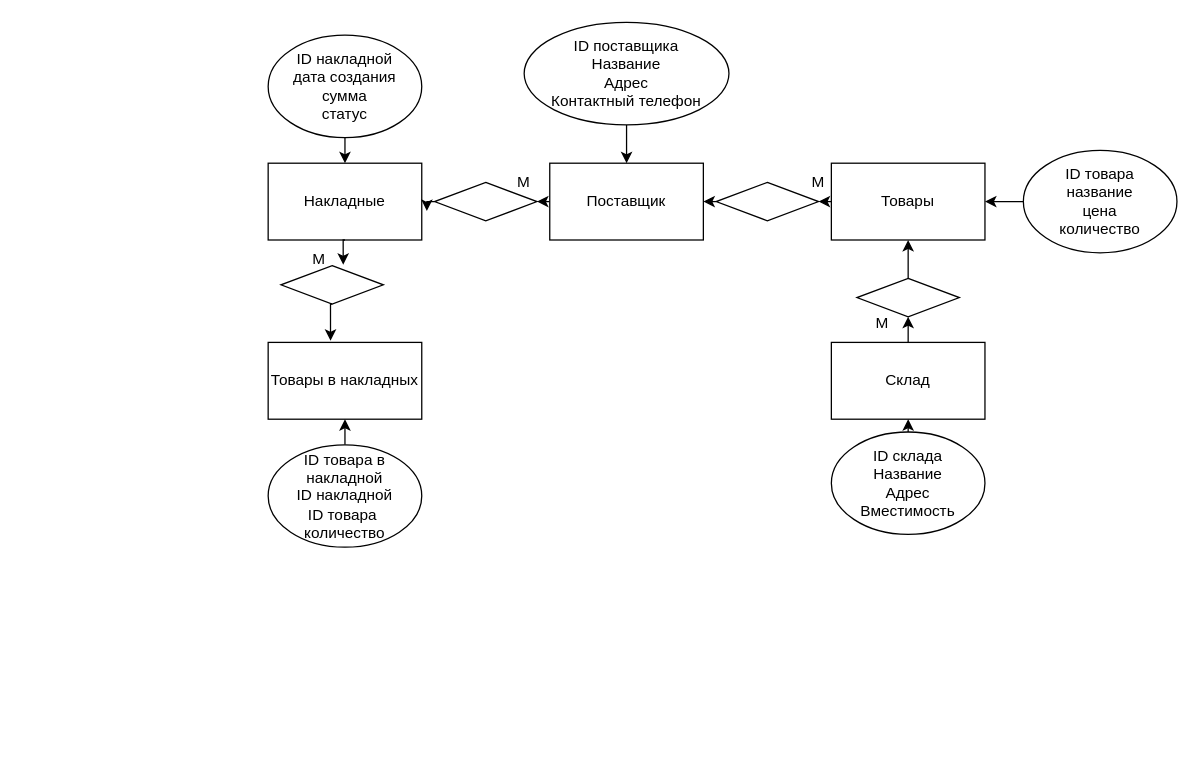
This is Диаграмма без названия.drawio from dulumdomdom/bd2024, a draw.io file, before an edit. Source tidied: cells renumbered, new cells numbered last; positions are measured from the earlier drawing's top-left corner, leaving out a move shared by most shapes. Both pictures are drawn from the tidied source at 128%, with x=0, y=0 at pixel (268, 22).
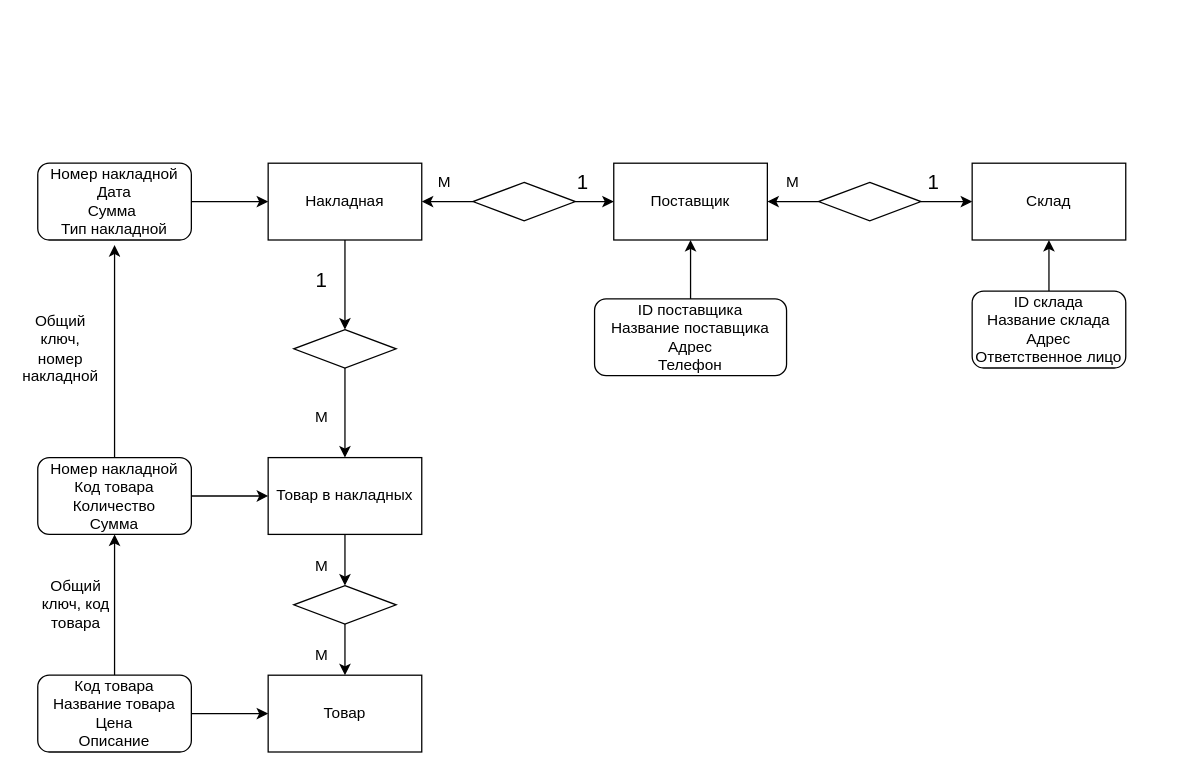
After the change.

Diff of the diagram source:
```diff
@@
-    <mxCell id="2" style="edgeStyle=orthogonalEdgeStyle;rounded=0;jettySize=auto;html=1;exitX=0;exitY=0.5;exitDx=0;exitDy=0;entryX=1;entryY=0.5;entryDx=0;entryDy=0;" parent="1" edge="1" source="3" target="15">
-      <mxGeometry relative="1" as="geometry" />
-    </mxCell>
-    <mxCell id="3" value="Товары" style="rounded=0;whiteSpace=wrap;html=1;" parent="1" vertex="1">
-      <mxGeometry x="440" y="110" width="120" height="60" as="geometry" />
+    <mxCell id="3" value="Товар" style="rounded=0;whiteSpace=wrap;html=1;" parent="1" vertex="1">
+      <mxGeometry y="510" width="120" height="60" as="geometry" />
     </mxCell>
+    <mxCell id="33" style="edgeStyle=orthogonalEdgeStyle;rounded=0;jettySize=auto;html=1;exitX=0.5;exitY=1;exitDx=0;exitDy=0;" parent="1" edge="1" source="4" target="13">
+      <mxGeometry relative="1" as="geometry" />
+    </mxCell>
-    <mxCell id="4" value="Накладные" style="rounded=0;whiteSpace=wrap;html=1;" parent="1" vertex="1">
+    <mxCell id="4" value="Накладная" style="rounded=0;whiteSpace=wrap;html=1;" parent="1" vertex="1">
       <mxGeometry y="110" width="120" height="60" as="geometry" />
     </mxCell>
+    <mxCell id="34" style="edgeStyle=orthogonalEdgeStyle;rounded=0;jettySize=auto;html=1;exitX=0.5;exitY=1;exitDx=0;exitDy=0;entryX=0.5;entryY=0;entryDx=0;entryDy=0;" parent="1" edge="1" source="5" target="12">
+      <mxGeometry relative="1" as="geometry" />
+    </mxCell>
-    <mxCell id="5" value="Товары в накладных" style="rounded=0;whiteSpace=wrap;html=1;" parent="1" vertex="1">
-      <mxGeometry y="250" width="120" height="60" as="geometry" />
+    <mxCell id="5" value="Товар в накладных" style="rounded=0;whiteSpace=wrap;html=1;" parent="1" vertex="1">
+      <mxGeometry y="340" width="120" height="60" as="geometry" />
     </mxCell>
-    <mxCell id="6" style="edgeStyle=orthogonalEdgeStyle;rounded=0;jettySize=auto;html=1;exitX=0.5;exitY=0;exitDx=0;exitDy=0;entryX=0.5;entryY=1;entryDx=0;entryDy=0;" parent="1" edge="1" source="7" target="11">
-      <mxGeometry relative="1" as="geometry" />
-    </mxCell>
     <mxCell id="7" value="Склад" style="rounded=0;whiteSpace=wrap;html=1;" parent="1" vertex="1">
-      <mxGeometry x="440" y="250" width="120" height="60" as="geometry" />
+      <mxGeometry x="550" y="110" width="120" height="60" as="geometry" />
     </mxCell>
-    <mxCell id="8" style="edgeStyle=orthogonalEdgeStyle;rounded=0;jettySize=auto;html=1;exitX=0;exitY=0.5;exitDx=0;exitDy=0;entryX=1;entryY=0.5;entryDx=0;entryDy=0;" parent="1" edge="1" source="9" target="13">
-      <mxGeometry relative="1" as="geometry" />
-    </mxCell>
     <mxCell id="9" value="Поставщик" style="rounded=0;whiteSpace=wrap;html=1;" parent="1" vertex="1">
-      <mxGeometry x="220" y="110" width="120" height="60" as="geometry" />
+      <mxGeometry x="270" y="110" width="120" height="60" as="geometry" />
     </mxCell>
-    <mxCell id="10" style="edgeStyle=orthogonalEdgeStyle;rounded=0;jettySize=auto;html=1;exitX=0.5;exitY=0;exitDx=0;exitDy=0;entryX=0.5;entryY=1;entryDx=0;entryDy=0;" parent="1" edge="1" source="11" target="3">
-      <mxGeometry relative="1" as="geometry" />
-    </mxCell>
+    <mxCell id="35" style="edgeStyle=orthogonalEdgeStyle;rounded=0;jettySize=auto;html=1;entryX=0;entryY=0.5;entryDx=0;entryDy=0;" parent="1" edge="1" source="11" target="7">
+      <mxGeometry relative="1" as="geometry" />
+    </mxCell>
+    <mxCell id="36" style="edgeStyle=orthogonalEdgeStyle;rounded=0;jettySize=auto;html=1;entryX=1;entryY=0.5;entryDx=0;entryDy=0;" parent="1" edge="1" source="11" target="9">
+      <mxGeometry relative="1" as="geometry" />
+    </mxCell>
     <mxCell id="11" style="rhombus;whiteSpace=wrap;html=1;" parent="1" vertex="1">
-      <mxGeometry x="460" y="200" width="80" height="30" as="geometry" />
+      <mxGeometry x="430" y="125" width="80" height="30" as="geometry" />
     </mxCell>
+    <mxCell id="37" style="edgeStyle=orthogonalEdgeStyle;rounded=0;jettySize=auto;html=1;exitX=0.5;exitY=1;exitDx=0;exitDy=0;entryX=0.5;entryY=0;entryDx=0;entryDy=0;" parent="1" edge="1" source="12" target="3">
+      <mxGeometry relative="1" as="geometry" />
+    </mxCell>
     <mxCell id="12" style="rhombus;whiteSpace=wrap;html=1;" parent="1" vertex="1">
-      <mxGeometry x="10" y="190" width="80" height="30" as="geometry" />
+      <mxGeometry x="20" y="440" width="80" height="30" as="geometry" />
     </mxCell>
+    <mxCell id="38" style="edgeStyle=orthogonalEdgeStyle;rounded=0;jettySize=auto;html=1;exitX=0.5;exitY=1;exitDx=0;exitDy=0;entryX=0.5;entryY=0;entryDx=0;entryDy=0;" parent="1" edge="1" source="13" target="5">
+      <mxGeometry relative="1" as="geometry" />
+    </mxCell>
     <mxCell id="13" style="rhombus;whiteSpace=wrap;html=1;" parent="1" vertex="1">
-      <mxGeometry x="130" y="125" width="80" height="30" as="geometry" />
+      <mxGeometry x="20" y="240" width="80" height="30" as="geometry" />
     </mxCell>
-    <mxCell id="14" style="edgeStyle=orthogonalEdgeStyle;rounded=0;jettySize=auto;html=1;exitX=0;exitY=0.5;exitDx=0;exitDy=0;entryX=1;entryY=0.5;entryDx=0;entryDy=0;" parent="1" edge="1" source="15" target="9">
+    <mxCell id="14" style="edgeStyle=orthogonalEdgeStyle;rounded=0;jettySize=auto;html=1;" parent="1" edge="1" source="15" target="9">
       <mxGeometry relative="1" as="geometry" />
     </mxCell>
+    <mxCell id="39" style="edgeStyle=orthogonalEdgeStyle;rounded=0;jettySize=auto;html=1;entryX=1;entryY=0.5;entryDx=0;entryDy=0;" parent="1" edge="1" source="15" target="4">
+      <mxGeometry relative="1" as="geometry" />
+    </mxCell>
     <mxCell id="15" style="rhombus;whiteSpace=wrap;html=1;" parent="1" vertex="1">
-      <mxGeometry x="350" y="125" width="80" height="30" as="geometry" />
+      <mxGeometry x="160" y="125" width="80" height="30" as="geometry" />
     </mxCell>
-    <mxCell id="16" style="edgeStyle=orthogonalEdgeStyle;rounded=0;jettySize=auto;html=1;exitX=0.5;exitY=0;exitDx=0;exitDy=0;entryX=0.5;entryY=1;entryDx=0;entryDy=0;" parent="1" edge="1" source="17" target="7">
-      <mxGeometry relative="1" as="geometry" />
-    </mxCell>
-    <mxCell id="17" value="ID склада&lt;br&gt;Название&lt;br&gt;Адрес&lt;br&gt;Вместимость" style="ellipse;whiteSpace=wrap;html=1;" parent="1" vertex="1">
-      <mxGeometry x="440" y="320" width="120" height="80" as="geometry" />
-    </mxCell>
-    <mxCell id="18" style="edgeStyle=orthogonalEdgeStyle;rounded=0;jettySize=auto;html=1;entryX=1;entryY=0.5;entryDx=0;entryDy=0;" parent="1" edge="1" source="19" target="3">
-      <mxGeometry relative="1" as="geometry" />
-    </mxCell>
-    <mxCell id="19" value="ID товара&lt;br&gt;название&lt;br&gt;цена&lt;br&gt;количество" style="ellipse;whiteSpace=wrap;html=1;" parent="1" vertex="1">
-      <mxGeometry x="590" y="100" width="120" height="80" as="geometry" />
-    </mxCell>
-    <mxCell id="20" style="edgeStyle=orthogonalEdgeStyle;rounded=0;jettySize=auto;html=1;exitX=0.5;exitY=1;exitDx=0;exitDy=0;entryX=0.5;entryY=0;entryDx=0;entryDy=0;" parent="1" edge="1" source="21" target="9">
-      <mxGeometry relative="1" as="geometry" />
-    </mxCell>
-    <mxCell id="21" value="ID поставщика&lt;br&gt;Название&lt;br&gt;Адрес&lt;br&gt;Контактный телефон" style="ellipse;whiteSpace=wrap;html=1;" parent="1" vertex="1">
-      <mxGeometry x="200" width="160" height="80" as="geometry" />
-    </mxCell>
-    <mxCell id="22" style="edgeStyle=orthogonalEdgeStyle;rounded=0;jettySize=auto;html=1;exitX=0.5;exitY=1;exitDx=0;exitDy=0;entryX=0.5;entryY=0;entryDx=0;entryDy=0;" parent="1" edge="1" source="23" target="4">
-      <mxGeometry relative="1" as="geometry" />
-    </mxCell>
-    <mxCell id="23" value="ID накладной&lt;br&gt;дата создания&lt;br&gt;сумма&lt;br&gt;статус" style="ellipse;whiteSpace=wrap;html=1;" parent="1" vertex="1">
-      <mxGeometry y="10" width="120" height="80" as="geometry" />
-    </mxCell>
-    <mxCell id="24" style="edgeStyle=orthogonalEdgeStyle;rounded=0;jettySize=auto;html=1;exitX=0.5;exitY=0;exitDx=0;exitDy=0;entryX=0.5;entryY=1;entryDx=0;entryDy=0;" parent="1" edge="1" source="25" target="5">
-      <mxGeometry relative="1" as="geometry" />
-    </mxCell>
-    <mxCell id="25" value="ID товара в накладной&lt;br&gt;ID накладной&lt;br&gt;ID товара&amp;nbsp;&lt;br&gt;количество" style="ellipse;whiteSpace=wrap;html=1;" parent="1" vertex="1">
-      <mxGeometry y="330" width="120" height="80" as="geometry" />
-    </mxCell>
-    <mxCell id="26" style="edgeStyle=orthogonalEdgeStyle;rounded=0;jettySize=auto;html=1;exitX=0;exitY=0.5;exitDx=0;exitDy=0;entryX=1.033;entryY=0.622;entryDx=0;entryDy=0;entryPerimeter=0;" parent="1" edge="1" source="13" target="4">
-      <mxGeometry relative="1" as="geometry" />
-    </mxCell>
-    <mxCell id="27" style="edgeStyle=orthogonalEdgeStyle;rounded=0;jettySize=auto;html=1;exitX=0.5;exitY=1;exitDx=0;exitDy=0;entryX=0.608;entryY=-0.022;entryDx=0;entryDy=0;entryPerimeter=0;" parent="1" edge="1" source="4" target="12">
-      <mxGeometry relative="1" as="geometry" />
-    </mxCell>
-    <mxCell id="28" style="edgeStyle=orthogonalEdgeStyle;rounded=0;jettySize=auto;html=1;exitX=0.5;exitY=1;exitDx=0;exitDy=0;entryX=0.406;entryY=-0.022;entryDx=0;entryDy=0;entryPerimeter=0;" parent="1" edge="1" source="12" target="5">
-      <mxGeometry relative="1" as="geometry" />
-    </mxCell>
-    <mxCell id="29" value="М" style="text;html=1;strokeColor=none;fillColor=none;align=center;verticalAlign=middle;whiteSpace=wrap;rounded=0;" parent="1" vertex="1">
-      <mxGeometry x="450" y="220" width="60" height="30" as="geometry" />
-    </mxCell>
     <mxCell id="30" value="М" style="text;html=1;strokeColor=none;fillColor=none;align=center;verticalAlign=middle;whiteSpace=wrap;rounded=0;" parent="1" vertex="1">
-      <mxGeometry x="400" y="110" width="60" height="30" as="geometry" />
+      <mxGeometry x="380" y="110" width="60" height="30" as="geometry" />
     </mxCell>
-    <mxCell id="31" value="М" style="text;html=1;strokeColor=none;fillColor=none;align=center;verticalAlign=middle;whiteSpace=wrap;rounded=0;" parent="1" vertex="1">
-      <mxGeometry x="170" y="110" width="60" height="30" as="geometry" />
-    </mxCell>
-    <mxCell id="32" value="М" style="text;html=1;strokeColor=none;fillColor=none;align=center;verticalAlign=middle;whiteSpace=wrap;rounded=0;" parent="1" vertex="1">
-      <mxGeometry x="10" y="170" width="60" height="30" as="geometry" />
-    </mxCell>
+    <mxCell id="40" style="edgeStyle=orthogonalEdgeStyle;rounded=0;orthogonalLoop=1;jettySize=auto;html=1;exitX=0.5;exitY=1;exitDx=0;exitDy=0;" parent="1" edge="1" source="12" target="12">
+      <mxGeometry relative="1" as="geometry" />
+    </mxCell>
+    <mxCell id="41" value="1" style="text;html=1;align=center;verticalAlign=middle;whiteSpace=wrap;rounded=0;strokeWidth=2;fontSize=16;" parent="1" vertex="1">
+      <mxGeometry x="490" y="110" width="60" height="30" as="geometry" />
+    </mxCell>
+    <mxCell id="42" value="М" style="text;html=1;strokeColor=none;fillColor=none;align=center;verticalAlign=middle;whiteSpace=wrap;rounded=0;" parent="1" vertex="1">
+      <mxGeometry x="108" y="110" width="60" height="30" as="geometry" />
+    </mxCell>
+    <mxCell id="43" value="1" style="text;html=1;align=center;verticalAlign=middle;whiteSpace=wrap;rounded=0;strokeWidth=2;fontSize=16;" parent="1" vertex="1">
+      <mxGeometry x="216" y="110" width="60" height="30" as="geometry" />
+    </mxCell>
+    <mxCell id="44" value="1" style="text;html=1;align=center;verticalAlign=middle;whiteSpace=wrap;rounded=0;strokeWidth=2;fontSize=16;" parent="1" vertex="1">
+      <mxGeometry x="12" y="186" width="60" height="30" as="geometry" />
+    </mxCell>
+    <mxCell id="45" value="М" style="text;html=1;strokeColor=none;fillColor=none;align=center;verticalAlign=middle;whiteSpace=wrap;rounded=0;" parent="1" vertex="1">
+      <mxGeometry x="12" y="294" width="60" height="30" as="geometry" />
+    </mxCell>
+    <mxCell id="46" value="М" style="text;html=1;strokeColor=none;fillColor=none;align=center;verticalAlign=middle;whiteSpace=wrap;rounded=0;" parent="1" vertex="1">
+      <mxGeometry x="12" y="410" width="60" height="30" as="geometry" />
+    </mxCell>
+    <mxCell id="47" value="М" style="text;html=1;strokeColor=none;fillColor=none;align=center;verticalAlign=middle;whiteSpace=wrap;rounded=0;" parent="1" vertex="1">
+      <mxGeometry x="12" y="480" width="60" height="30" as="geometry" />
+    </mxCell>
+    <mxCell id="48" style="edgeStyle=orthogonalEdgeStyle;rounded=0;jettySize=auto;html=1;entryX=0.5;entryY=1;entryDx=0;entryDy=0;" parent="1" edge="1" source="49" target="7">
+      <mxGeometry relative="1" as="geometry" />
+    </mxCell>
+    <mxCell id="49" value="ID склада&lt;br&gt;Название склада&lt;br&gt;Адрес&lt;br&gt;Ответственное лицо" style="rounded=1;whiteSpace=wrap;html=1;" parent="1" vertex="1">
+      <mxGeometry x="550" y="210" width="120" height="60" as="geometry" />
+    </mxCell>
+    <mxCell id="50" style="edgeStyle=orthogonalEdgeStyle;rounded=0;jettySize=auto;html=1;entryX=0.5;entryY=1;entryDx=0;entryDy=0;" parent="1" edge="1" source="51" target="9">
+      <mxGeometry relative="1" as="geometry" />
+    </mxCell>
+    <mxCell id="51" value="ID поставщика&lt;br&gt;Название поставщика&lt;br&gt;Адрес&lt;br&gt;Телефон" style="rounded=1;whiteSpace=wrap;html=1;" parent="1" vertex="1">
+      <mxGeometry x="255" y="216" width="150" height="60" as="geometry" />
+    </mxCell>
+    <mxCell id="52" style="edgeStyle=orthogonalEdgeStyle;rounded=0;jettySize=auto;html=1;entryX=0;entryY=0.5;entryDx=0;entryDy=0;" parent="1" edge="1" source="54" target="5">
+      <mxGeometry relative="1" as="geometry" />
+    </mxCell>
+    <mxCell id="53" style="edgeStyle=orthogonalEdgeStyle;rounded=0;jettySize=auto;html=1;" parent="1" edge="1" source="54">
+      <mxGeometry relative="1" as="geometry">
+        <mxPoint x="-120" y="174" as="targetPoint" />
+      </mxGeometry>
+    </mxCell>
+    <mxCell id="54" value="Номер накладной&lt;br&gt;Код товара&lt;br&gt;Количество&lt;br&gt;Сумма" style="rounded=1;whiteSpace=wrap;html=1;" parent="1" vertex="1">
+      <mxGeometry x="-180" y="340" width="120" height="60" as="geometry" />
+    </mxCell>
+    <mxCell id="55" style="edgeStyle=orthogonalEdgeStyle;rounded=0;jettySize=auto;html=1;" parent="1" edge="1" source="56" target="4">
+      <mxGeometry relative="1" as="geometry" />
+    </mxCell>
+    <mxCell id="56" value="Номер накладной&lt;br&gt;Дата&lt;br&gt;Сумма&amp;nbsp;&lt;br&gt;Тип накладной" style="rounded=1;whiteSpace=wrap;html=1;" parent="1" vertex="1">
+      <mxGeometry x="-180" y="110" width="120" height="60" as="geometry" />
+    </mxCell>
+    <mxCell id="57" style="edgeStyle=orthogonalEdgeStyle;rounded=0;jettySize=auto;html=1;entryX=0;entryY=0.5;entryDx=0;entryDy=0;" parent="1" edge="1" source="59" target="3">
+      <mxGeometry relative="1" as="geometry" />
+    </mxCell>
+    <mxCell id="58" style="edgeStyle=orthogonalEdgeStyle;rounded=0;jettySize=auto;html=1;entryX=0.5;entryY=1;entryDx=0;entryDy=0;" parent="1" edge="1" source="59" target="54">
+      <mxGeometry relative="1" as="geometry" />
+    </mxCell>
+    <mxCell id="59" value="Код товара&lt;br&gt;Название товара&lt;br&gt;Цена&lt;br&gt;Описание" style="rounded=1;whiteSpace=wrap;html=1;" parent="1" vertex="1">
+      <mxGeometry x="-180" y="510" width="120" height="60" as="geometry" />
+    </mxCell>
+    <mxCell id="60" value="Общий ключ, код товара" style="text;html=1;align=center;verticalAlign=middle;whiteSpace=wrap;rounded=0;" parent="1" vertex="1">
+      <mxGeometry x="-180" y="440" width="60" height="30" as="geometry" />
+    </mxCell>
+    <mxCell id="61" value="Общий ключ, номер накладной" style="text;html=1;align=center;verticalAlign=middle;whiteSpace=wrap;rounded=0;" parent="1" vertex="1">
+      <mxGeometry x="-192" y="240" width="60" height="30" as="geometry" />
+    </mxCell>
```
